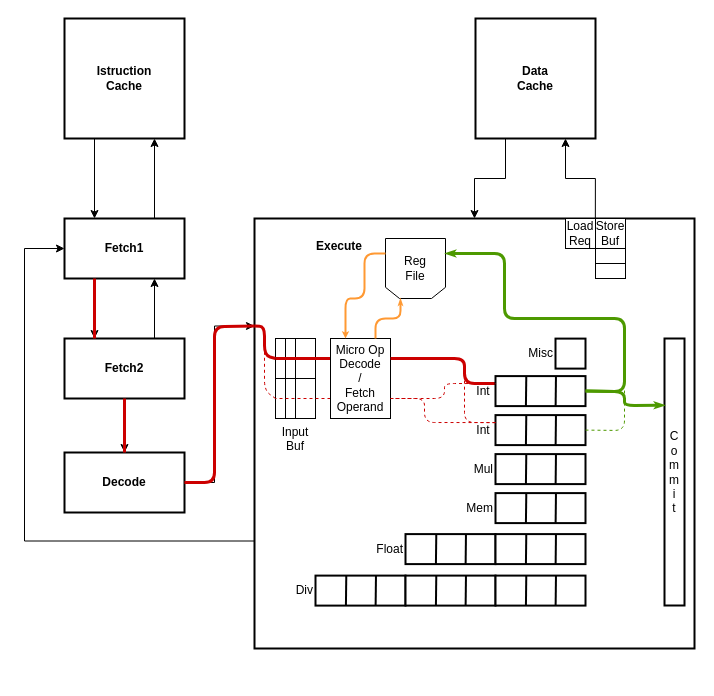
The90Frank/MinorArmAnalyzer keeps this draw.io diagram as Diagrammi/MinorArmIntOp.drawio. Above is the earlier version. Source tidied: cells renumbered, new cells numbered last; positions are measured from the earlier drawing's top-left corner, leaving out a move shared by most shapes. Both pictures are drawn from the tidied source at 100%, with x=0, y=0 at pixel (24, 18).
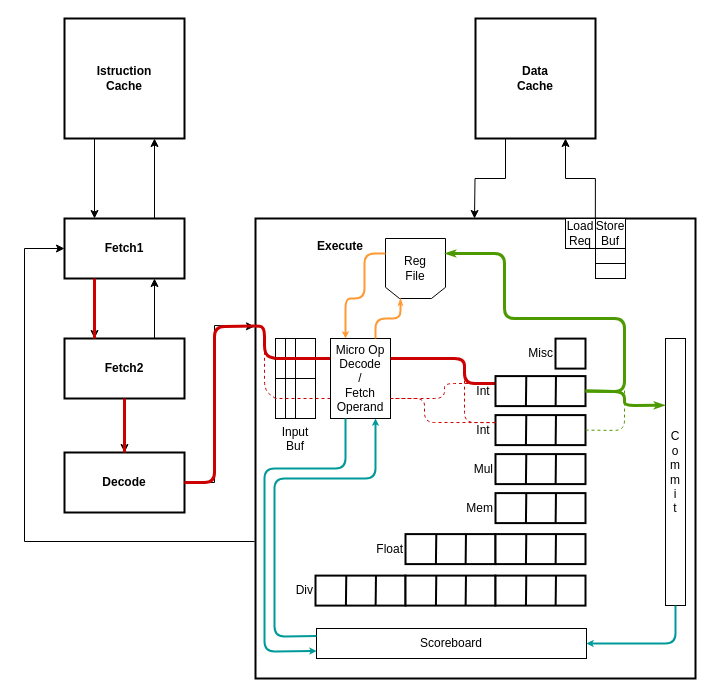
The same diagram, later.

Unchanged cells that the change refers to:
```xml
<mxCell id="6" value="Fetch1" style="rounded=0;whiteSpace=wrap;html=1;fontStyle=1;strokeWidth=2;" parent="1" vertex="1">
  <mxGeometry x="40" y="200" width="120" height="60" as="geometry" />
</mxCell>
<mxCell id="11" value="&lt;span&gt;Decode&lt;/span&gt;" style="rounded=0;whiteSpace=wrap;html=1;fontStyle=1;strokeWidth=2;" parent="1" vertex="1">
  <mxGeometry x="40" y="434" width="120" height="60" as="geometry" />
</mxCell>
<mxCell id="16" value="Data&lt;br&gt;Cache" style="rounded=0;whiteSpace=wrap;html=1;fontStyle=1;strokeWidth=2;" parent="1" vertex="1">
  <mxGeometry x="451" width="120" height="120" as="geometry" />
</mxCell>
<mxCell id="47" value="Input Buf" style="rounded=0;whiteSpace=wrap;html=1;align=center;labelPosition=center;verticalLabelPosition=bottom;verticalAlign=top;" parent="1" vertex="1">
  <mxGeometry x="251" y="320" width="40" height="80" as="geometry" />
</mxCell>
<mxCell id="60" value="Micro Op&lt;br&gt;Decode&lt;br&gt;/&lt;br&gt;Fetch&lt;br&gt;Operand" style="rounded=0;whiteSpace=wrap;html=1;" parent="1" vertex="1">
  <mxGeometry x="306" y="320" width="60" height="80" as="geometry" />
</mxCell>
<mxCell id="64" value="Int&amp;nbsp;" style="rounded=0;whiteSpace=wrap;html=1;align=right;labelPosition=left;verticalLabelPosition=middle;verticalAlign=middle;strokeWidth=2;" parent="1" vertex="1">
  <mxGeometry x="471" y="357.6" width="90" height="30" as="geometry" />
</mxCell>
```

Change to the diagram source:
```diff
@@
+    <mxCell id="14" value="&amp;nbsp; &amp;nbsp; &amp;nbsp; &amp;nbsp; &amp;nbsp; &lt;br&gt;&amp;nbsp; &amp;nbsp; &amp;nbsp; &amp;nbsp; &amp;nbsp; &amp;nbsp; &amp;nbsp; &amp;nbsp; &amp;nbsp; &lt;b&gt;Execute&lt;/b&gt;" style="rounded=0;whiteSpace=wrap;html=1;verticalAlign=top;labelPosition=center;verticalLabelPosition=middle;align=left;strokeWidth=2;" parent="1" vertex="1">
+      <mxGeometry x="231" y="200" width="440" height="460" as="geometry" />
+    </mxCell>
+    <mxCell id="52" value="C&lt;br&gt;o&lt;br&gt;m&lt;br&gt;m&lt;br&gt;i&lt;br&gt;t" style="rounded=0;whiteSpace=wrap;html=1;align=center;strokeWidth=1;" parent="1" vertex="1">
+      <mxGeometry x="641" y="320" width="20" height="267" as="geometry" />
+    </mxCell>
+    <mxCell id="74" value="Scoreboard" style="rounded=0;whiteSpace=wrap;html=1;strokeWidth=1;" parent="1" vertex="1">
+      <mxGeometry x="292" y="610" width="270" height="30" as="geometry" />
+    </mxCell>
@@
-    <mxCell id="10" style="edgeStyle=orthogonalEdgeStyle;rounded=0;jettySize=auto;html=1;exitX=1;exitY=0.5;exitDx=0;exitDy=0;entryX=0;entryY=0.25;entryDx=0;entryDy=0;" parent="1" edge="1" source="11" target="14">
+    <mxCell id="10" style="edgeStyle=orthogonalEdgeStyle;rounded=0;jettySize=auto;html=1;exitX=1;exitY=0.5;exitDx=0;exitDy=0;entryX=0;entryY=0.25;entryDx=0;entryDy=0;" parent="1" edge="1" source="11">
       <mxGeometry relative="1" as="geometry">
+        <mxPoint x="230" y="308" as="targetPoint" />
         <Array as="points">
           <mxPoint x="190" y="464" />
           <mxPoint x="190" y="307" />
         </Array>
       </mxGeometry>
     </mxCell>
@@
-    <mxCell id="13" style="edgeStyle=orthogonalEdgeStyle;rounded=0;jettySize=auto;html=1;entryX=0;entryY=0.5;entryDx=0;entryDy=0;exitX=0;exitY=0.75;exitDx=0;exitDy=0;" parent="1" edge="1" source="14" target="6">
+    <mxCell id="13" style="edgeStyle=orthogonalEdgeStyle;rounded=0;jettySize=auto;html=1;entryX=0;entryY=0.5;entryDx=0;entryDy=0;exitX=0;exitY=0.75;exitDx=0;exitDy=0;" parent="1" edge="1" target="6">
       <mxGeometry relative="1" as="geometry">
+        <mxPoint x="230" y="523" as="sourcePoint" />
         <Array as="points">
           <mxPoint y="523" />
           <mxPoint y="230" />
         </Array>
       </mxGeometry>
     </mxCell>
-    <mxCell id="14" value="&amp;nbsp; &amp;nbsp; &amp;nbsp; &amp;nbsp; &amp;nbsp; &lt;br&gt;&amp;nbsp; &amp;nbsp; &amp;nbsp; &amp;nbsp; &amp;nbsp; &amp;nbsp; &amp;nbsp; &amp;nbsp; &amp;nbsp; &lt;b&gt;Execute&lt;/b&gt;" style="rounded=0;whiteSpace=wrap;html=1;verticalAlign=top;labelPosition=center;verticalLabelPosition=middle;align=left;strokeWidth=2;" parent="1" vertex="1">
-      <mxGeometry x="230" y="200" width="440" height="430" as="geometry" />
-    </mxCell>
-    <mxCell id="15" style="edgeStyle=orthogonalEdgeStyle;rounded=0;jettySize=auto;html=1;exitX=0.25;exitY=1;exitDx=0;exitDy=0;entryX=0.5;entryY=0;entryDx=0;entryDy=0;" parent="1" edge="1" source="16" target="14">
-      <mxGeometry relative="1" as="geometry" />
+    <mxCell id="15" style="edgeStyle=orthogonalEdgeStyle;rounded=0;jettySize=auto;html=1;exitX=0.25;exitY=1;exitDx=0;exitDy=0;entryX=0.5;entryY=0;entryDx=0;entryDy=0;" parent="1" edge="1" source="16">
+      <mxGeometry relative="1" as="geometry">
+        <mxPoint x="450" y="200" as="targetPoint" />
+      </mxGeometry>
     </mxCell>
@@
-    <mxCell id="52" value="C&lt;br&gt;o&lt;br&gt;m&lt;br&gt;m&lt;br&gt;i&lt;br&gt;t" style="rounded=0;whiteSpace=wrap;html=1;align=center;strokeWidth=2;" parent="1" vertex="1">
-      <mxGeometry x="640" y="320" width="20" height="267" as="geometry" />
-    </mxCell>
@@
-    <mxCell id="55" style="endArrow=none;html=1;strokeColor=#CC0000;strokeWidth=3;entryX=1;entryY=0.5;entryDx=0;entryDy=0;exitX=0;exitY=0.25;exitDx=0;exitDy=0;" parent="1" edge="1" source="14" target="11">
+    <mxCell id="55" style="endArrow=none;html=1;strokeColor=#CC0000;strokeWidth=3;entryX=1;entryY=0.5;entryDx=0;entryDy=0;exitX=0;exitY=0.25;exitDx=0;exitDy=0;" parent="1" edge="1" target="11">
       <mxGeometry relative="1" as="geometry">
+        <mxPoint x="230" y="307.5" as="sourcePoint" />
         <Array as="points">
           <mxPoint x="190" y="308" />
           <mxPoint x="190" y="464" />
         </Array>
       </mxGeometry>
     </mxCell>
-    <mxCell id="56" style="endArrow=none;html=1;strokeColor=#CC0000;strokeWidth=3;entryX=0;entryY=0.25;entryDx=0;entryDy=0;exitX=0;exitY=0.25;exitDx=0;exitDy=0;" parent="1" edge="1" source="47" target="14">
+    <mxCell id="56" style="endArrow=none;html=1;strokeColor=#CC0000;strokeWidth=3;entryX=0;entryY=0.25;entryDx=0;entryDy=0;exitX=0;exitY=0.25;exitDx=0;exitDy=0;" parent="1" edge="1" source="47">
       <mxGeometry relative="1" as="geometry">
+        <mxPoint x="230" y="307.5" as="targetPoint" />
         <Array as="points">
           <mxPoint x="240" y="337" />
           <mxPoint x="240" y="308" />
         </Array>
       </mxGeometry>
     </mxCell>
@@
-    <mxCell id="71" style="endArrow=classicThin;html=1;strokeColor=#4D9900;strokeWidth=3;endFill=1;startSize=4;endSize=1;entryX=0;entryY=0.25;entryDx=0;entryDy=0;exitX=1;exitY=0.5;exitDx=0;exitDy=0;" parent="1" edge="1" source="64" target="52">
+    <mxCell id="71" style="endArrow=classicThin;html=1;strokeColor=#4D9900;strokeWidth=3;endFill=1;startSize=4;endSize=1;entryX=0;entryY=0.25;entryDx=0;entryDy=0;exitX=1;exitY=0.5;exitDx=0;exitDy=0;" parent="1" edge="1" source="64">
       <mxGeometry relative="1" as="geometry">
+        <mxPoint x="640" y="386.8" as="targetPoint" />
         <Array as="points">
           <mxPoint x="600" y="373" />
           <mxPoint x="600" y="387" />
         </Array>
       </mxGeometry>
     </mxCell>
@@
+    <mxCell id="75" style="endArrow=classic;html=1;strokeColor=#009999;entryX=0;entryY=0.75;entryDx=0;entryDy=0;exitX=0.25;exitY=1;exitDx=0;exitDy=0;strokeWidth=2;startSize=3;endSize=1;" parent="1" edge="1" source="60" target="74">
+      <mxGeometry relative="1" as="geometry">
+        <Array as="points">
+          <mxPoint x="321" y="450" />
+          <mxPoint x="240" y="450" />
+          <mxPoint x="240" y="633" />
+        </Array>
+      </mxGeometry>
+    </mxCell>
+    <mxCell id="76" style="endArrow=classic;html=1;strokeColor=#009999;entryX=0.75;entryY=1;entryDx=0;entryDy=0;exitX=0;exitY=0.25;exitDx=0;exitDy=0;strokeWidth=2;startSize=3;endSize=1;" parent="1" edge="1" source="74" target="60">
+      <mxGeometry relative="1" as="geometry">
+        <Array as="points">
+          <mxPoint x="250" y="618" />
+          <mxPoint x="250" y="460" />
+          <mxPoint x="351" y="460" />
+        </Array>
+      </mxGeometry>
+    </mxCell>
+    <mxCell id="77" style="endArrow=classic;html=1;strokeColor=#009999;entryX=1;entryY=0.5;entryDx=0;entryDy=0;exitX=0.5;exitY=1;exitDx=0;exitDy=0;strokeWidth=2;startSize=3;endSize=1;" parent="1" edge="1" source="52" target="74">
+      <mxGeometry relative="1" as="geometry">
+        <Array as="points">
+          <mxPoint x="651" y="625" />
+        </Array>
+      </mxGeometry>
+    </mxCell>
```
